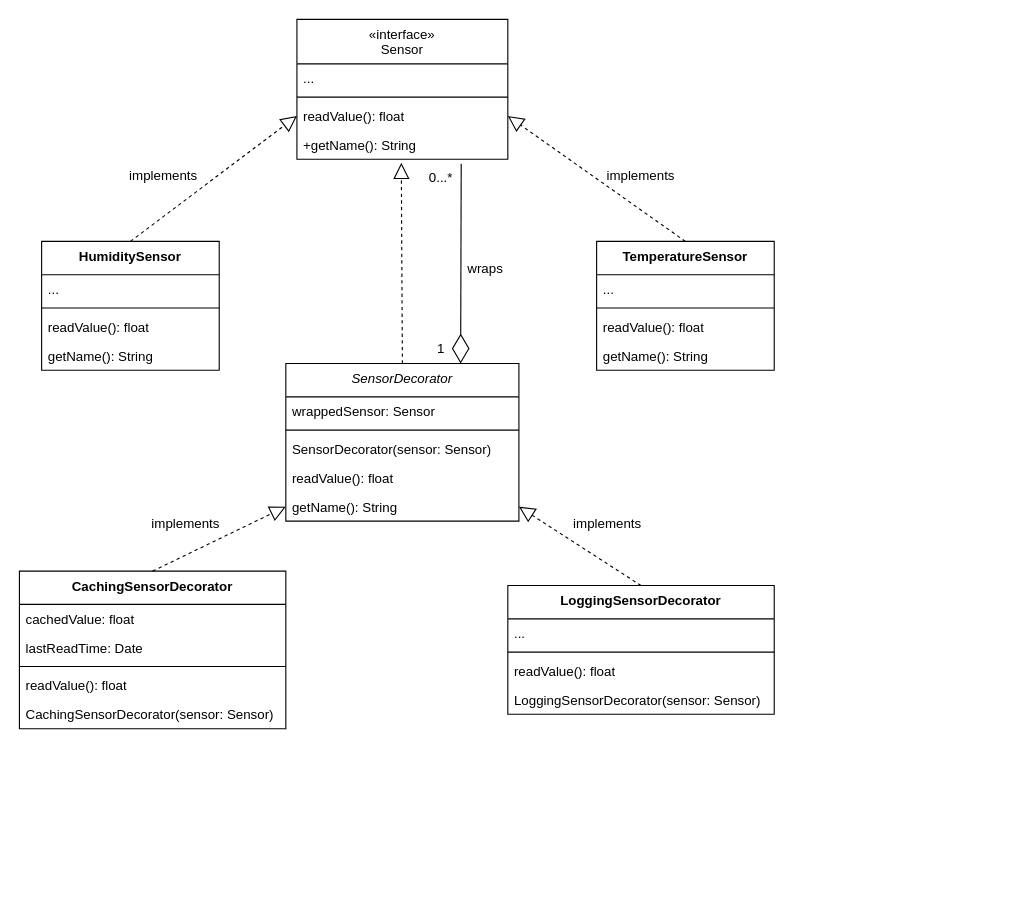
Above: decorator.drawio in alfacentaur1/omo_objectModel (draw.io), before the change. Source tidied: cells renumbered, new cells numbered last; positions are measured from the earlier drawing's top-left corner, leaving out a move shared by most shapes. Both pictures are drawn from the tidied source at 111%, with x=0, y=0 at pixel (19, 19).
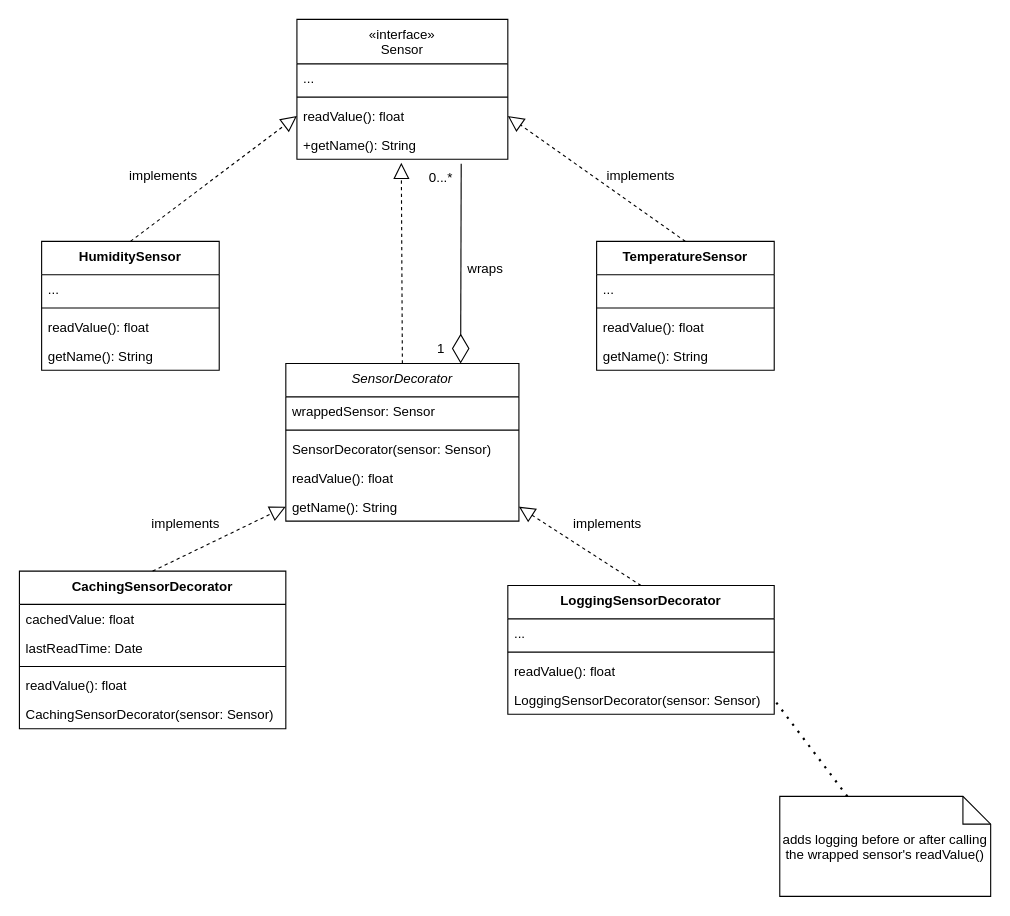
After the change.

Unchanged cells that the change refers to:
```xml
<mxCell id="27" value="LoggingSensorDecorator(sensor: Sensor)" style="text;strokeColor=none;fillColor=none;align=left;verticalAlign=top;spacingLeft=4;spacingRight=4;overflow=hidden;points=[[0,0.5],[1,0.5]];portConstraint=eastwest;whiteSpace=wrap;html=1;" parent="23" vertex="1">
  <mxGeometry y="90" width="240" height="26" as="geometry" />
</mxCell>
```

Change to the diagram source:
```diff
@@
+    <mxCell id="47" value="adds logging before or after calling the wrapped sensor's readValue()" style="shape=note2;boundedLbl=1;whiteSpace=wrap;html=1;size=25;verticalAlign=top;align=center;" parent="1" vertex="1">
+      <mxGeometry x="685" y="700" width="190" height="90" as="geometry" />
+    </mxCell>
+    <mxCell id="48" style="endArrow=none;dashed=1;html=1;dashPattern=1 3;strokeWidth=2;rounded=0;entryX=1;entryY=0.5;entryDx=0;entryDy=0;" parent="1" edge="1" source="47" target="27">
+      <mxGeometry relative="1" as="geometry" />
+    </mxCell>
```
